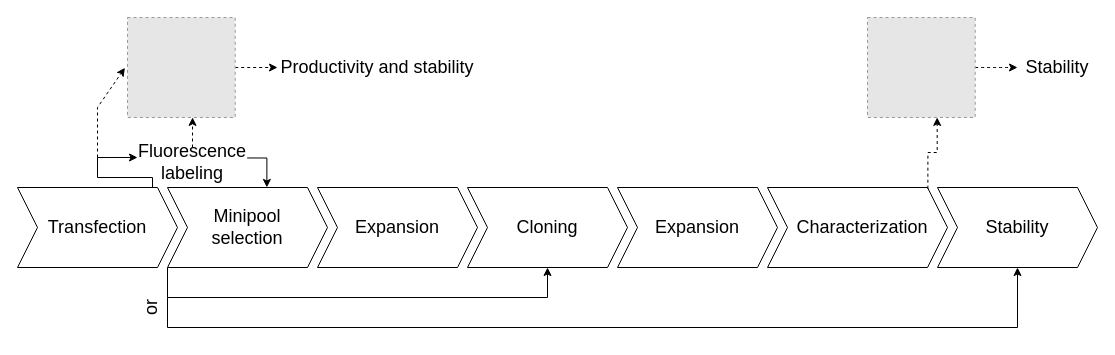
The draw.io diagram bilder/CLD.drawio in Eugeny/final-master-thesis, before the edit. Source tidied: cells renumbered, new cells numbered last; positions are measured from the earlier drawing's top-left corner, leaving out a move shared by most shapes. Both pictures are drawn from the tidied source at 100%, with x=0, y=0 at pixel (17, 17). Pictures stored in the file or linked from it are replaced by grey dashed boxes.
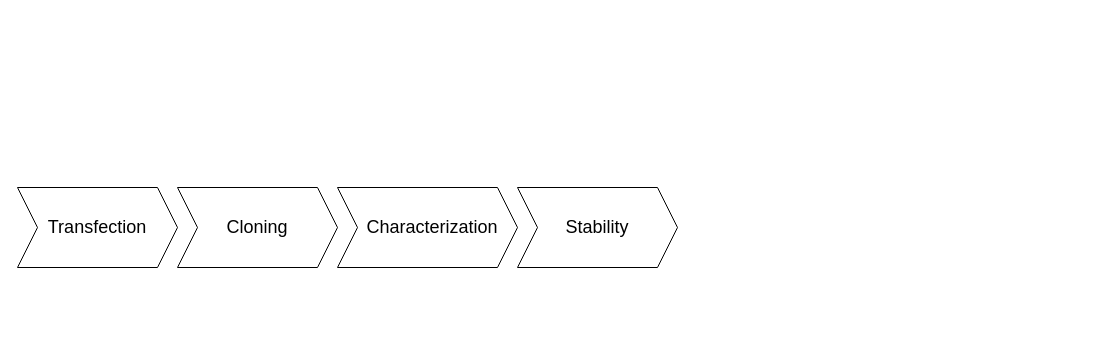
Above is the later version.

Diff of the diagram source:
```diff
@@
-    <mxCell id="2" style="edgeStyle=orthogonalEdgeStyle;rounded=0;jettySize=auto;html=1;entryX=0.5;entryY=1;entryDx=0;entryDy=0;fontSize=18;exitX=0;exitY=1;exitDx=0;exitDy=0;exitPerimeter=0;" parent="1" edge="1" source="6" target="10">
-      <mxGeometry relative="1" as="geometry">
-        <Array as="points">
-          <mxPoint x="150" y="280" />
-          <mxPoint x="530" y="280" />
-        </Array>
-      </mxGeometry>
-    </mxCell>
@@
-    <mxCell id="4" style="edgeStyle=orthogonalEdgeStyle;rounded=0;jettySize=auto;html=1;fontSize=18;entryX=0.5;entryY=1;entryDx=0;entryDy=0;" parent="1" edge="1" target="16">
-      <mxGeometry relative="1" as="geometry">
-        <mxPoint x="150" y="280" as="sourcePoint" />
-        <Array as="points">
-          <mxPoint x="150" y="310" />
-          <mxPoint x="1000" y="310" />
-        </Array>
-      </mxGeometry>
-    </mxCell>
@@
-    <mxCell id="6" style="shape=step;perimeter=stepPerimeter;whiteSpace=wrap;html=1;fixedSize=1;" parent="1" vertex="1">
-      <mxGeometry x="150" y="170" width="160" height="80" as="geometry" />
-    </mxCell>
-    <mxCell id="7" value="&lt;font style=&quot;font-size: 18px;&quot;&gt;Minipool&lt;br&gt;selection&lt;br&gt;&lt;/font&gt;" style="text;html=1;strokeColor=none;fillColor=none;align=center;verticalAlign=middle;whiteSpace=wrap;rounded=0;" parent="1" vertex="1">
-      <mxGeometry x="175" y="195" width="110" height="30" as="geometry" />
-    </mxCell>
-    <mxCell id="8" style="shape=step;perimeter=stepPerimeter;whiteSpace=wrap;html=1;fixedSize=1;" parent="1" vertex="1">
-      <mxGeometry x="300" y="170" width="160" height="80" as="geometry" />
-    </mxCell>
-    <mxCell id="9" value="&lt;font style=&quot;font-size: 18px;&quot;&gt;Expansion&lt;br&gt;&lt;/font&gt;" style="text;html=1;strokeColor=none;fillColor=none;align=center;verticalAlign=middle;whiteSpace=wrap;rounded=0;" parent="1" vertex="1">
-      <mxGeometry x="325" y="195" width="110" height="30" as="geometry" />
-    </mxCell>
     <mxCell id="10" style="shape=step;perimeter=stepPerimeter;whiteSpace=wrap;html=1;fixedSize=1;" parent="1" vertex="1">
-      <mxGeometry x="450" y="170" width="160" height="80" as="geometry" />
+      <mxGeometry x="160" y="170" width="160" height="80" as="geometry" />
     </mxCell>
     <mxCell id="11" value="&lt;font style=&quot;font-size: 18px;&quot;&gt;Cloning&lt;br&gt;&lt;/font&gt;" style="text;html=1;strokeColor=none;fillColor=none;align=center;verticalAlign=middle;whiteSpace=wrap;rounded=0;" parent="1" vertex="1">
-      <mxGeometry x="475" y="195" width="110" height="30" as="geometry" />
+      <mxGeometry x="185" y="195" width="110" height="30" as="geometry" />
     </mxCell>
-    <mxCell id="12" style="shape=step;perimeter=stepPerimeter;whiteSpace=wrap;html=1;fixedSize=1;" parent="1" vertex="1">
-      <mxGeometry x="600" y="170" width="160" height="80" as="geometry" />
-    </mxCell>
-    <mxCell id="13" value="&lt;font style=&quot;font-size: 18px;&quot;&gt;Expansion&lt;br&gt;&lt;/font&gt;" style="text;html=1;strokeColor=none;fillColor=none;align=center;verticalAlign=middle;whiteSpace=wrap;rounded=0;" parent="1" vertex="1">
-      <mxGeometry x="625" y="195" width="110" height="30" as="geometry" />
-    </mxCell>
     <mxCell id="14" style="shape=step;perimeter=stepPerimeter;whiteSpace=wrap;html=1;fixedSize=1;" parent="1" vertex="1">
-      <mxGeometry x="750" y="170" width="180" height="80" as="geometry" />
+      <mxGeometry x="320" y="170" width="180" height="80" as="geometry" />
     </mxCell>
     <mxCell id="15" value="&lt;font style=&quot;font-size: 18px;&quot;&gt;Characterization&lt;br&gt;&lt;/font&gt;" style="text;html=1;strokeColor=none;fillColor=none;align=center;verticalAlign=middle;whiteSpace=wrap;rounded=0;" parent="1" vertex="1">
-      <mxGeometry x="790" y="195" width="110" height="30" as="geometry" />
+      <mxGeometry x="360" y="195" width="110" height="30" as="geometry" />
     </mxCell>
     <mxCell id="16" style="shape=step;perimeter=stepPerimeter;whiteSpace=wrap;html=1;fixedSize=1;" parent="1" vertex="1">
-      <mxGeometry x="920" y="170" width="160" height="80" as="geometry" />
+      <mxGeometry x="500" y="170" width="160" height="80" as="geometry" />
     </mxCell>
     <mxCell id="17" value="&lt;font style=&quot;font-size: 18px;&quot;&gt;Stability&lt;br&gt;&lt;/font&gt;" style="text;html=1;strokeColor=none;fillColor=none;align=center;verticalAlign=middle;whiteSpace=wrap;rounded=0;" parent="1" vertex="1">
-      <mxGeometry x="945" y="195" width="110" height="30" as="geometry" />
+      <mxGeometry x="525" y="195" width="110" height="30" as="geometry" />
     </mxCell>
-    <mxCell id="18" style="edgeStyle=orthogonalEdgeStyle;rounded=0;jettySize=auto;html=1;fontSize=18;entryX=0.647;entryY=0.999;entryDx=0;entryDy=0;entryPerimeter=0;exitX=0.891;exitY=0.015;exitDx=0;exitDy=0;exitPerimeter=0;dashed=1;" parent="1" edge="1" source="14" target="20">
-      <mxGeometry relative="1" as="geometry" />
-    </mxCell>
-    <mxCell id="19" style="edgeStyle=orthogonalEdgeStyle;curved=1;jettySize=auto;html=1;exitX=1;exitY=0.5;exitDx=0;exitDy=0;entryX=0;entryY=0.5;entryDx=0;entryDy=0;dashed=1;" parent="1" edge="1" source="20" target="25">
-      <mxGeometry relative="1" as="geometry" />
-    </mxCell>
-    <mxCell id="20" style="fillColor=#E6E6E6;strokeColor=#999999;dashed=1;verticalLabelPosition=bottom;labelBackgroundColor=default;verticalAlign=top;" parent="1" vertex="1">
-      <mxGeometry x="850" width="107.7" height="100" as="geometry" />
-    </mxCell>
-    <mxCell id="21" style="edgeStyle=orthogonalEdgeStyle;rounded=0;jettySize=auto;html=1;fontSize=18;entryX=0;entryY=0.333;entryDx=0;entryDy=0;entryPerimeter=0;" parent="1" edge="1" target="29">
-      <mxGeometry relative="1" as="geometry">
-        <mxPoint x="135" y="170" as="sourcePoint" />
-        <Array as="points">
-          <mxPoint x="135" y="160" />
-          <mxPoint x="80" y="160" />
-          <mxPoint x="80" y="140" />
-        </Array>
-      </mxGeometry>
-    </mxCell>
-    <mxCell id="22" style="edgeStyle=orthogonalEdgeStyle;rounded=0;jettySize=auto;html=1;entryX=0;entryY=0.5;entryDx=0;entryDy=0;dashed=1;" parent="1" edge="1" source="23" target="24">
-      <mxGeometry relative="1" as="geometry" />
-    </mxCell>
-    <mxCell id="23" style="fillColor=#E6E6E6;strokeColor=#999999;dashed=1;verticalLabelPosition=bottom;labelBackgroundColor=default;verticalAlign=top;" parent="1" vertex="1">
-      <mxGeometry x="110" width="107.7" height="100" as="geometry" />
-    </mxCell>
-    <mxCell id="24" value="&lt;font style=&quot;font-size: 18px;&quot;&gt;Productivity and stability&lt;br&gt;&lt;/font&gt;" style="text;html=1;strokeColor=none;fillColor=none;align=center;verticalAlign=middle;whiteSpace=wrap;rounded=0;" parent="1" vertex="1">
-      <mxGeometry x="260" y="35" width="200" height="30" as="geometry" />
-    </mxCell>
-    <mxCell id="25" value="&lt;font style=&quot;font-size: 18px;&quot;&gt;Stability&lt;br&gt;&lt;/font&gt;" style="text;html=1;strokeColor=none;fillColor=none;align=center;verticalAlign=middle;whiteSpace=wrap;rounded=0;" parent="1" vertex="1">
-      <mxGeometry x="1000" y="35" width="80" height="30" as="geometry" />
-    </mxCell>
-    <mxCell id="26" value="&lt;font style=&quot;font-size: 18px;&quot;&gt;or&lt;br&gt;&lt;/font&gt;" style="text;html=1;strokeColor=none;fillColor=none;align=center;verticalAlign=middle;whiteSpace=wrap;rounded=0;rotation=-90;" parent="1" vertex="1">
-      <mxGeometry x="103.9" y="275" width="60" height="30" as="geometry" />
-    </mxCell>
-    <mxCell id="27" style="edgeStyle=orthogonalEdgeStyle;rounded=0;jettySize=auto;html=1;entryX=0.621;entryY=-0.001;entryDx=0;entryDy=0;entryPerimeter=0;exitX=0.997;exitY=0.349;exitDx=0;exitDy=0;exitPerimeter=0;" parent="1" edge="1" source="29" target="6">
-      <mxGeometry relative="1" as="geometry">
-        <Array as="points">
-          <mxPoint x="249" y="141" />
-        </Array>
-      </mxGeometry>
-    </mxCell>
-    <mxCell id="28" style="edgeStyle=orthogonalEdgeStyle;rounded=0;jettySize=auto;html=1;exitX=0.5;exitY=0;exitDx=0;exitDy=0;entryX=0.604;entryY=0.999;entryDx=0;entryDy=0;entryPerimeter=0;dashed=1;" parent="1" edge="1" source="29" target="23">
-      <mxGeometry relative="1" as="geometry" />
-    </mxCell>
-    <mxCell id="29" value="&lt;font style=&quot;font-size: 18px;&quot;&gt;Fluorescence labeling&lt;br&gt;&lt;/font&gt;" style="text;html=1;strokeColor=none;fillColor=none;align=center;verticalAlign=middle;whiteSpace=wrap;rounded=0;" parent="1" vertex="1">
-      <mxGeometry x="120" y="130" width="110" height="30" as="geometry" />
-    </mxCell>
-    <mxCell id="30" style="endArrow=classic;html=1;rounded=0;entryX=-0.024;entryY=0.503;entryDx=0;entryDy=0;entryPerimeter=0;dashed=1;" parent="1" edge="1" target="23">
-      <mxGeometry relative="1" as="geometry">
-        <mxPoint x="80" y="140" as="sourcePoint" />
-        <Array as="points">
-          <mxPoint x="80" y="90" />
-        </Array>
-      </mxGeometry>
-    </mxCell>
```
